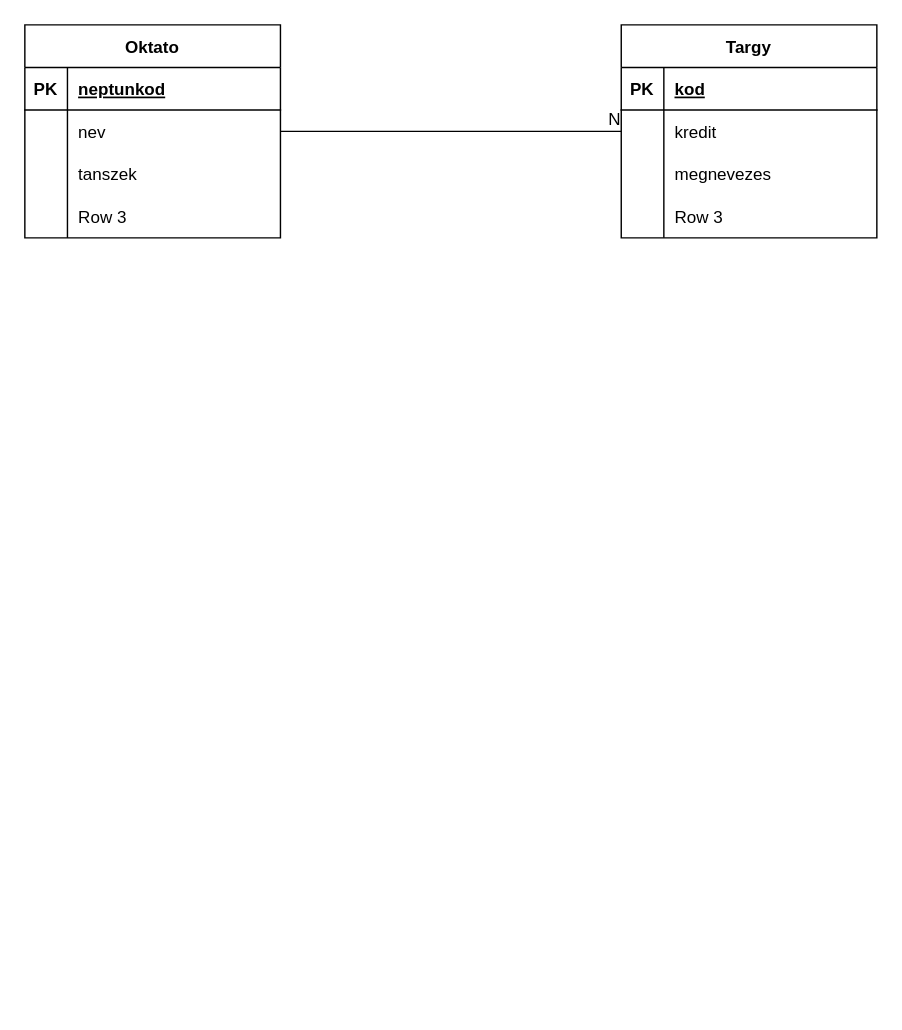
This is HEPMIU_1108/Untitled Diagram.drawio from urbanoliver/HEPMIU_DB1Gyak, a draw.io file, before an edit. Source tidied: cells renumbered, new cells numbered last; positions are measured from the earlier drawing's top-left corner, leaving out a move shared by most shapes. Both pictures are drawn from the tidied source at 142%, with x=0, y=0 at pixel (24, 24).
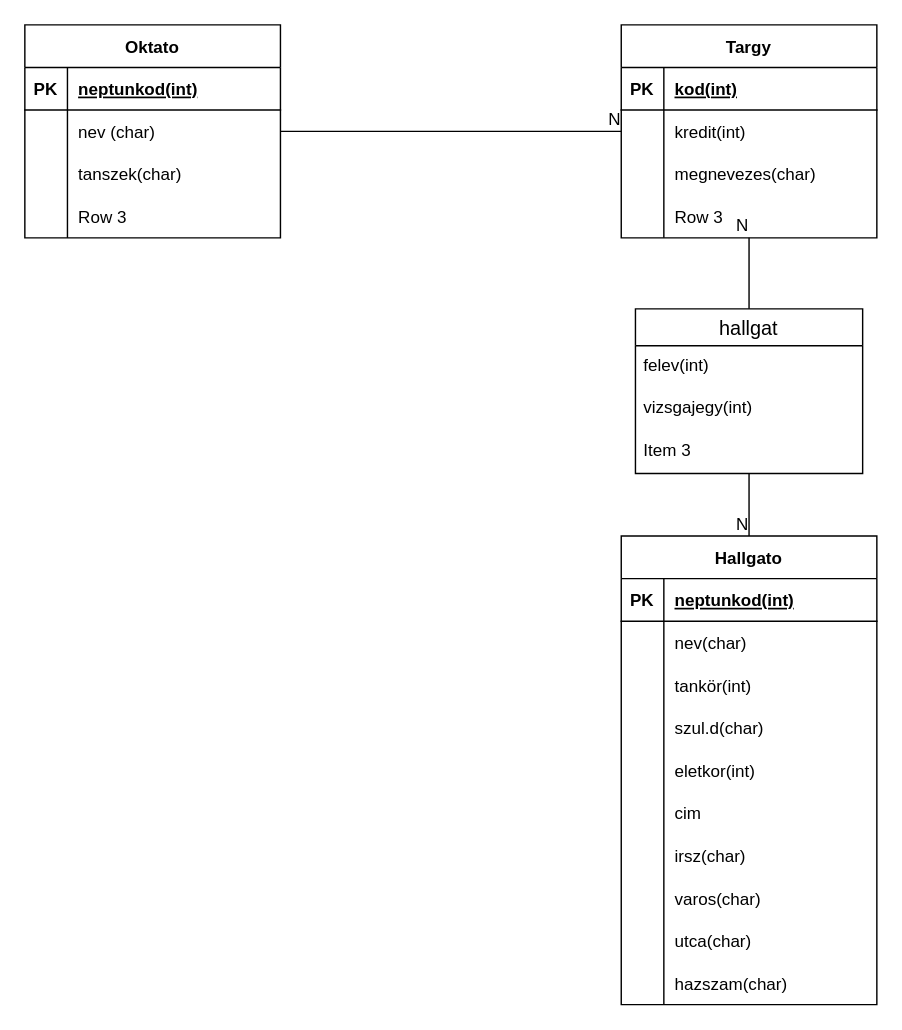
The same page after the edit.

Unchanged cells that the change refers to:
```xml
<mxCell id="3" style="shape=tableRow;horizontal=0;startSize=0;swimlaneHead=0;swimlaneBody=0;fillColor=none;top=0;left=0;right=0;bottom=1;" parent="2" vertex="1">
  <mxGeometry y="30" width="180" height="30" as="geometry" />
</mxCell>
<mxCell id="6" style="shape=tableRow;horizontal=0;startSize=0;swimlaneHead=0;swimlaneBody=0;fillColor=none;points=[[0,0.5],[1,0.5]];portConstraint=eastwest;top=0;left=0;right=0;bottom=0;" parent="2" vertex="1">
  <mxGeometry y="60" width="180" height="30" as="geometry" />
</mxCell>
<mxCell id="9" style="shape=tableRow;horizontal=0;startSize=0;swimlaneHead=0;swimlaneBody=0;fillColor=none;top=0;left=0;right=0;bottom=0;" parent="2" vertex="1">
  <mxGeometry y="90" width="180" height="30" as="geometry" />
</mxCell>
<mxCell id="15" value="Targy" style="shape=table;startSize=30;childLayout=tableLayout;rowLines=0;fontStyle=1;align=center;" parent="1" vertex="1">
  <mxGeometry x="420" width="180" height="150" as="geometry" />
</mxCell>
<mxCell id="16" style="shape=tableRow;horizontal=0;startSize=0;swimlaneHead=0;swimlaneBody=0;fillColor=none;top=0;left=0;right=0;bottom=1;" parent="15" vertex="1">
  <mxGeometry y="30" width="180" height="30" as="geometry" />
</mxCell>
<mxCell id="19" style="shape=tableRow;horizontal=0;startSize=0;swimlaneHead=0;swimlaneBody=0;fillColor=none;points=[[0,0.5],[1,0.5]];portConstraint=eastwest;top=0;left=0;right=0;bottom=0;" parent="15" vertex="1">
  <mxGeometry y="60" width="180" height="30" as="geometry" />
</mxCell>
<mxCell id="22" style="shape=tableRow;horizontal=0;startSize=0;swimlaneHead=0;swimlaneBody=0;fillColor=none;top=0;left=0;right=0;bottom=0;" parent="15" vertex="1">
  <mxGeometry y="90" width="180" height="30" as="geometry" />
</mxCell>
```

Diff of the diagram source:
```diff
@@
-    <mxCell id="5" value="neptunkod" style="shape=partialRectangle;fillColor=none;top=0;left=0;bottom=0;right=0;align=left;spacingLeft=6;fontStyle=5;overflow=hidden;" parent="3" vertex="1">
+    <mxCell id="5" value="neptunkod(int)" style="shape=partialRectangle;fillColor=none;top=0;left=0;bottom=0;right=0;align=left;spacingLeft=6;fontStyle=5;overflow=hidden;" parent="3" vertex="1">
       <mxGeometry x="30" width="150" height="30" as="geometry" />
     </mxCell>
@@
-    <mxCell id="8" value="nev" style="shape=partialRectangle;fillColor=none;top=0;left=0;bottom=0;right=0;align=left;spacingLeft=6;overflow=hidden;" parent="6" vertex="1">
+    <mxCell id="8" value="nev (char)" style="shape=partialRectangle;fillColor=none;top=0;left=0;bottom=0;right=0;align=left;spacingLeft=6;overflow=hidden;" parent="6" vertex="1">
       <mxGeometry x="30" width="150" height="30" as="geometry" />
     </mxCell>
@@
-    <mxCell id="11" value="tanszek" style="shape=partialRectangle;fillColor=none;top=0;left=0;bottom=0;right=0;align=left;spacingLeft=6;overflow=hidden;" parent="9" vertex="1">
+    <mxCell id="11" value="tanszek(char)" style="shape=partialRectangle;fillColor=none;top=0;left=0;bottom=0;right=0;align=left;spacingLeft=6;overflow=hidden;" parent="9" vertex="1">
       <mxGeometry x="30" width="150" height="30" as="geometry" />
     </mxCell>
@@
-    <mxCell id="18" value="kod" style="shape=partialRectangle;fillColor=none;top=0;left=0;bottom=0;right=0;align=left;spacingLeft=6;fontStyle=5;overflow=hidden;" parent="16" vertex="1">
+    <mxCell id="18" value="kod(int)" style="shape=partialRectangle;fillColor=none;top=0;left=0;bottom=0;right=0;align=left;spacingLeft=6;fontStyle=5;overflow=hidden;" parent="16" vertex="1">
       <mxGeometry x="30" width="150" height="30" as="geometry" />
     </mxCell>
@@
-    <mxCell id="21" value="kredit" style="shape=partialRectangle;fillColor=none;top=0;left=0;bottom=0;right=0;align=left;spacingLeft=6;overflow=hidden;" parent="19" vertex="1">
+    <mxCell id="21" value="kredit(int)" style="shape=partialRectangle;fillColor=none;top=0;left=0;bottom=0;right=0;align=left;spacingLeft=6;overflow=hidden;" parent="19" vertex="1">
       <mxGeometry x="30" width="150" height="30" as="geometry" />
     </mxCell>
@@
-    <mxCell id="24" value="megnevezes" style="shape=partialRectangle;fillColor=none;top=0;left=0;bottom=0;right=0;align=left;spacingLeft=6;overflow=hidden;" parent="22" vertex="1">
+    <mxCell id="24" value="megnevezes(char)" style="shape=partialRectangle;fillColor=none;top=0;left=0;bottom=0;right=0;align=left;spacingLeft=6;overflow=hidden;" parent="22" vertex="1">
       <mxGeometry x="30" width="150" height="30" as="geometry" />
     </mxCell>
@@
+    <mxCell id="30" value="hallgat" style="swimlane;fontStyle=0;horizontal=1;startSize=26;align=center;fontSize=14;" parent="1" vertex="1">
+      <mxGeometry x="430" y="200" width="160" height="116" as="geometry" />
+    </mxCell>
+    <mxCell id="31" value="felev(int)" style="text;strokeColor=none;fillColor=none;spacingLeft=4;spacingRight=4;overflow=hidden;fontSize=12;" parent="30" vertex="1">
+      <mxGeometry y="26" width="160" height="30" as="geometry" />
+    </mxCell>
+    <mxCell id="32" value="vizsgajegy(int)" style="text;strokeColor=none;fillColor=none;spacingLeft=4;spacingRight=4;overflow=hidden;fontSize=12;" parent="30" vertex="1">
+      <mxGeometry y="56" width="160" height="30" as="geometry" />
+    </mxCell>
+    <mxCell id="33" value="Item 3" style="text;strokeColor=none;fillColor=none;spacingLeft=4;spacingRight=4;overflow=hidden;fontSize=12;" parent="30" vertex="1">
+      <mxGeometry y="86" width="160" height="30" as="geometry" />
+    </mxCell>
+    <mxCell id="34" style="endArrow=none;html=1;rounded=0;exitX=0.5;exitY=0;exitDx=0;exitDy=0;entryX=0.5;entryY=1;entryDx=0;entryDy=0;" parent="1" edge="1" source="30" target="15">
+      <mxGeometry relative="1" as="geometry" />
+    </mxCell>
+    <mxCell id="35" value="N" style="html=1;align=right;verticalAlign=bottom;" parent="34" vertex="1">
+      <mxGeometry x="1" relative="1" as="geometry" />
+    </mxCell>
+    <mxCell id="36" style="endArrow=none;html=1;rounded=0;exitX=0.5;exitY=1;exitDx=0;exitDy=0;" parent="1" edge="1" source="30" target="38">
+      <mxGeometry relative="1" as="geometry" />
+    </mxCell>
+    <mxCell id="37" value="N" style="html=1;align=right;verticalAlign=bottom;" parent="36" vertex="1">
+      <mxGeometry x="1" relative="1" as="geometry" />
+    </mxCell>
+    <mxCell id="38" value="Hallgato" style="shape=table;startSize=30;childLayout=tableLayout;rowLines=0;fontStyle=1;align=center;" parent="1" vertex="1">
+      <mxGeometry x="420" y="360" width="180" height="330" as="geometry" />
+    </mxCell>
+    <mxCell id="39" style="shape=tableRow;horizontal=0;startSize=0;swimlaneHead=0;swimlaneBody=0;fillColor=none;top=0;left=0;right=0;bottom=1;" parent="38" vertex="1">
+      <mxGeometry y="30" width="180" height="30" as="geometry" />
+    </mxCell>
+    <mxCell id="40" value="PK" style="shape=partialRectangle;fillColor=none;top=0;left=0;bottom=0;right=0;fontStyle=1;overflow=hidden;" parent="39" vertex="1">
+      <mxGeometry width="30" height="30" as="geometry" />
+    </mxCell>
+    <mxCell id="41" value="neptunkod(int)" style="shape=partialRectangle;fillColor=none;top=0;left=0;bottom=0;right=0;align=left;spacingLeft=6;fontStyle=5;overflow=hidden;" parent="39" vertex="1">
+      <mxGeometry x="30" width="150" height="30" as="geometry" />
+    </mxCell>
+    <mxCell id="42" style="shape=tableRow;horizontal=0;startSize=0;swimlaneHead=0;swimlaneBody=0;fillColor=none;top=0;left=0;right=0;bottom=0;" parent="38" vertex="1">
+      <mxGeometry y="60" width="180" height="30" as="geometry" />
+    </mxCell>
+    <mxCell id="43" style="shape=partialRectangle;fillColor=none;top=0;left=0;bottom=0;right=0;overflow=hidden;" parent="42" vertex="1">
+      <mxGeometry width="30" height="30" as="geometry" />
+    </mxCell>
+    <mxCell id="44" value="nev(char)" style="shape=partialRectangle;fillColor=none;top=0;left=0;bottom=0;right=0;align=left;spacingLeft=6;overflow=hidden;" parent="42" vertex="1">
+      <mxGeometry x="30" width="150" height="30" as="geometry" />
+    </mxCell>
+    <mxCell id="45" style="shape=tableRow;horizontal=0;startSize=0;swimlaneHead=0;swimlaneBody=0;fillColor=none;top=0;left=0;right=0;bottom=0;" parent="38" vertex="1">
+      <mxGeometry y="90" width="180" height="30" as="geometry" />
+    </mxCell>
+    <mxCell id="46" style="shape=partialRectangle;fillColor=none;top=0;left=0;bottom=0;right=0;overflow=hidden;" parent="45" vertex="1">
+      <mxGeometry width="30" height="30" as="geometry" />
+    </mxCell>
+    <mxCell id="47" value="tankör(int)" style="shape=partialRectangle;fillColor=none;top=0;left=0;bottom=0;right=0;align=left;spacingLeft=6;overflow=hidden;" parent="45" vertex="1">
+      <mxGeometry x="30" width="150" height="30" as="geometry" />
+    </mxCell>
+    <mxCell id="48" style="shape=tableRow;horizontal=0;startSize=0;swimlaneHead=0;swimlaneBody=0;fillColor=none;top=0;left=0;right=0;bottom=0;" parent="38" vertex="1">
+      <mxGeometry y="120" width="180" height="30" as="geometry" />
+    </mxCell>
+    <mxCell id="49" style="shape=partialRectangle;fillColor=none;top=0;left=0;bottom=0;right=0;overflow=hidden;" parent="48" vertex="1">
+      <mxGeometry width="30" height="30" as="geometry" />
+    </mxCell>
+    <mxCell id="50" value="szul.d(char)" style="shape=partialRectangle;fillColor=none;top=0;left=0;bottom=0;right=0;align=left;spacingLeft=6;overflow=hidden;" parent="48" vertex="1">
+      <mxGeometry x="30" width="150" height="30" as="geometry" />
+    </mxCell>
+    <mxCell id="51" style="shape=tableRow;horizontal=0;startSize=0;swimlaneHead=0;swimlaneBody=0;fillColor=none;top=0;left=0;right=0;bottom=0;" parent="38" vertex="1">
+      <mxGeometry y="150" width="180" height="30" as="geometry" />
+    </mxCell>
+    <mxCell id="52" style="shape=partialRectangle;fillColor=none;top=0;left=0;bottom=0;right=0;overflow=hidden;" parent="51" vertex="1">
+      <mxGeometry width="30" height="30" as="geometry" />
+    </mxCell>
+    <mxCell id="53" value="eletkor(int)" style="shape=partialRectangle;fillColor=none;top=0;left=0;bottom=0;right=0;align=left;spacingLeft=6;overflow=hidden;" parent="51" vertex="1">
+      <mxGeometry x="30" width="150" height="30" as="geometry" />
+    </mxCell>
+    <mxCell id="54" style="shape=tableRow;horizontal=0;startSize=0;swimlaneHead=0;swimlaneBody=0;fillColor=none;top=0;left=0;right=0;bottom=0;" parent="38" vertex="1">
+      <mxGeometry y="180" width="180" height="30" as="geometry" />
+    </mxCell>
+    <mxCell id="55" style="shape=partialRectangle;fillColor=none;top=0;left=0;bottom=0;right=0;overflow=hidden;" parent="54" vertex="1">
+      <mxGeometry width="30" height="30" as="geometry" />
+    </mxCell>
+    <mxCell id="56" value="cim" style="shape=partialRectangle;fillColor=none;top=0;left=0;bottom=0;right=0;align=left;spacingLeft=6;overflow=hidden;" parent="54" vertex="1">
+      <mxGeometry x="30" width="150" height="30" as="geometry" />
+    </mxCell>
+    <mxCell id="57" style="shape=tableRow;horizontal=0;startSize=0;swimlaneHead=0;swimlaneBody=0;fillColor=none;top=0;left=0;right=0;bottom=0;" parent="38" vertex="1">
+      <mxGeometry y="210" width="180" height="30" as="geometry" />
+    </mxCell>
+    <mxCell id="58" style="shape=partialRectangle;fillColor=none;top=0;left=0;bottom=0;right=0;overflow=hidden;" parent="57" vertex="1">
+      <mxGeometry width="30" height="30" as="geometry" />
+    </mxCell>
+    <mxCell id="59" value="irsz(char)" style="shape=partialRectangle;fillColor=none;top=0;left=0;bottom=0;right=0;align=left;spacingLeft=6;overflow=hidden;" parent="57" vertex="1">
+      <mxGeometry x="30" width="150" height="30" as="geometry" />
+    </mxCell>
+    <mxCell id="60" style="shape=tableRow;horizontal=0;startSize=0;swimlaneHead=0;swimlaneBody=0;fillColor=none;top=0;left=0;right=0;bottom=0;" parent="38" vertex="1">
+      <mxGeometry y="240" width="180" height="30" as="geometry" />
+    </mxCell>
+    <mxCell id="61" style="shape=partialRectangle;fillColor=none;top=0;left=0;bottom=0;right=0;overflow=hidden;" parent="60" vertex="1">
+      <mxGeometry width="30" height="30" as="geometry" />
+    </mxCell>
+    <mxCell id="62" value="varos(char)" style="shape=partialRectangle;fillColor=none;top=0;left=0;bottom=0;right=0;align=left;spacingLeft=6;overflow=hidden;" parent="60" vertex="1">
+      <mxGeometry x="30" width="150" height="30" as="geometry" />
+    </mxCell>
+    <mxCell id="63" style="shape=tableRow;horizontal=0;startSize=0;swimlaneHead=0;swimlaneBody=0;fillColor=none;top=0;left=0;right=0;bottom=0;" parent="38" vertex="1">
+      <mxGeometry y="270" width="180" height="30" as="geometry" />
+    </mxCell>
+    <mxCell id="64" style="shape=partialRectangle;fillColor=none;top=0;left=0;bottom=0;right=0;overflow=hidden;" parent="63" vertex="1">
+      <mxGeometry width="30" height="30" as="geometry" />
+    </mxCell>
+    <mxCell id="65" value="utca(char)" style="shape=partialRectangle;fillColor=none;top=0;left=0;bottom=0;right=0;align=left;spacingLeft=6;overflow=hidden;" parent="63" vertex="1">
+      <mxGeometry x="30" width="150" height="30" as="geometry" />
+    </mxCell>
+    <mxCell id="66" style="shape=tableRow;horizontal=0;startSize=0;swimlaneHead=0;swimlaneBody=0;fillColor=none;top=0;left=0;right=0;bottom=0;" parent="38" vertex="1">
+      <mxGeometry y="300" width="180" height="30" as="geometry" />
+    </mxCell>
+    <mxCell id="67" style="shape=partialRectangle;fillColor=none;top=0;left=0;bottom=0;right=0;overflow=hidden;" parent="66" vertex="1">
+      <mxGeometry width="30" height="30" as="geometry" />
+    </mxCell>
+    <mxCell id="68" value="hazszam(char)" style="shape=partialRectangle;fillColor=none;top=0;left=0;bottom=0;right=0;align=left;spacingLeft=6;overflow=hidden;" parent="66" vertex="1">
+      <mxGeometry x="30" width="150" height="30" as="geometry" />
+    </mxCell>
```
